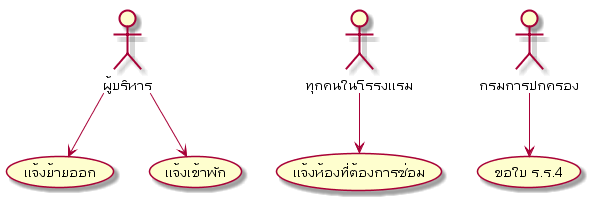
This is out/activity-diagram/room/xxx/xxx.png from cheat13/Prompiman_Diagram, a PlantUML export, as it was before one commit. The source it was exported from:
```plantuml
@startuml

:ผู้บริหาร: as board
:ทุกคนในโรรงแรม: as people
:กรมการปกครอง: as dopa

board --> (แจ้งย้ายออก)
board --> (แจ้งเข้าพัก)
dopa --> (ขอใบ ร.ร.4)
people --> (แจ้งห้องที่ต้องการซ่อม)

@enduml
```
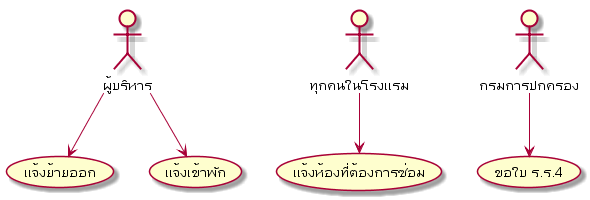
The same diagram one commit later.

Commit message:
diagram usecase

What changed in the source:
```diff
@@ -1,7 +1,7 @@
 @startuml
 
 :ผู้บริหาร: as board
-:ทุกคนในโรรงแรม: as people
+:ทุกคนในโรงแรม: as people
 :กรมการปกครอง: as dopa
 
 board --> (แจ้งย้ายออก)
```
